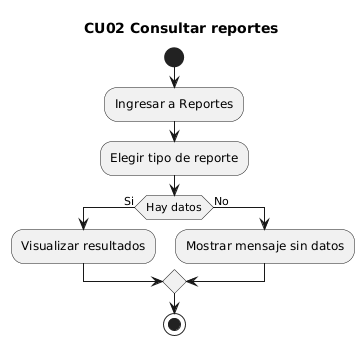
The PlantUML diagram docs/uml/render/actividades_cu/CU02_actividad_consultar_reportes.png in maranavard/SISTEMA-COMPUTACIONAL-PARA-LA-GESTION-Y-CONTROL-DE-ACCESO-DE-AUTOMOVILES-M-DULO-WEB, before a commit.
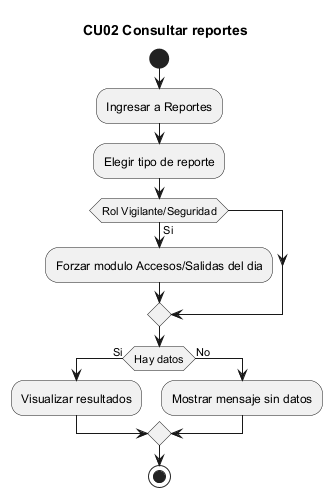
After the change.

What changed in the source:
```diff
@@ -1,8 +1,11 @@
-@startuml
+@startuml CU02_actividad_consultar_reportes
 title CU02 Consultar reportes
 start
 :Ingresar a Reportes;
 :Elegir tipo de reporte;
+if (Rol Vigilante/Seguridad) then (Si)
+  :Forzar modulo Accesos/Salidas del dia;
+endif
 if (Hay datos) then (Si)
   :Visualizar resultados;
 else (No)
```
